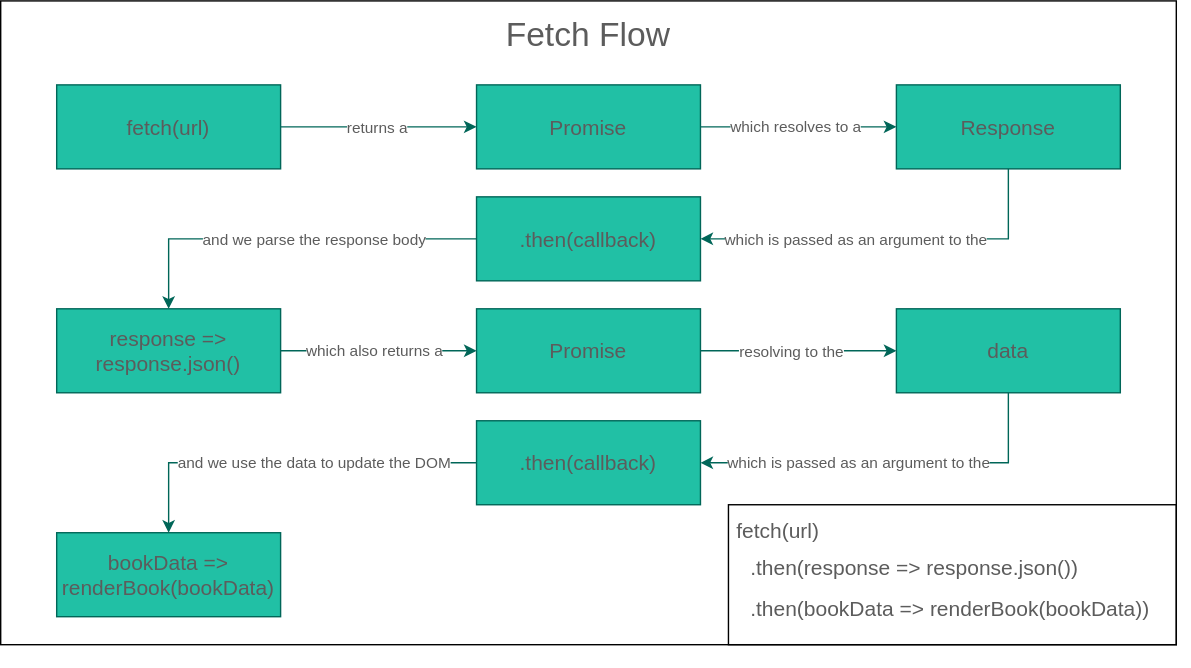
Before: 05_POST_request/assets/export/fetch-diagram.drawio.svg, a diagram exported from draw.io (learn-co-curriculum/SENG-LIVE-010923-Phase-1-JS). Source tidied: cells renumbered, new cells last; positions are measured from the earlier drawing's top-left corner, leaving out a move shared by most shapes.
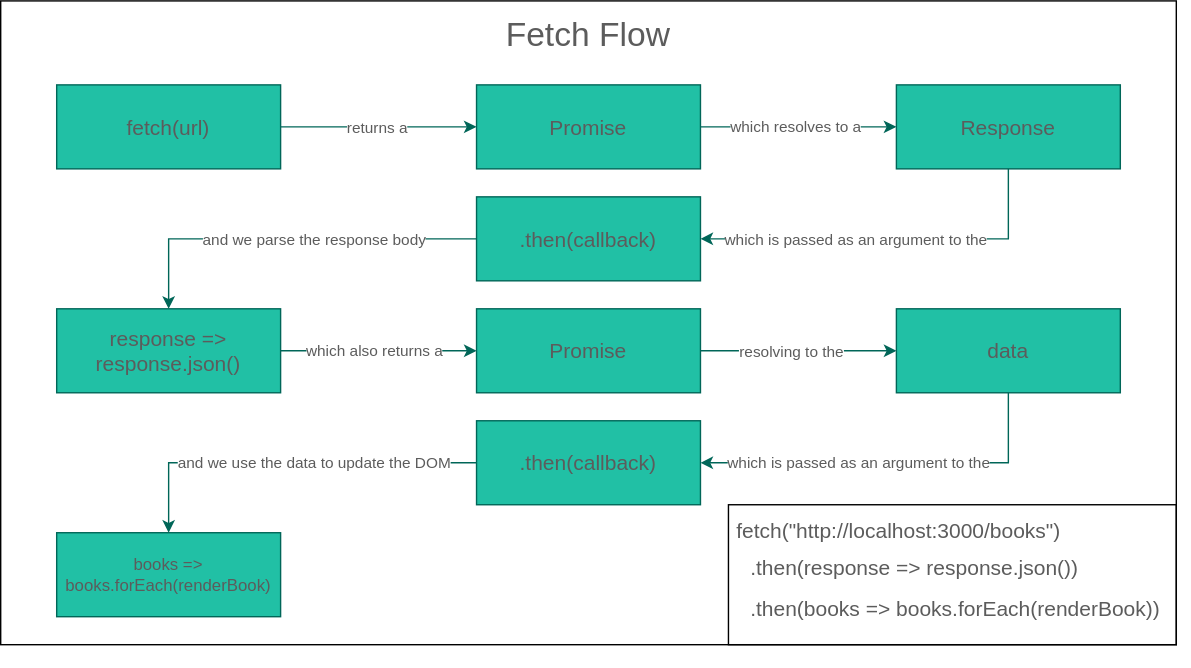
The same diagram one commit later.

What changed in the source:
```diff
@@ -85,16 +85,16 @@
     <mxCell id="26" value="&lt;font style=&quot;font-size: 15px;&quot;&gt;.then(callback)&lt;/font&gt;" style="rounded=0;whiteSpace=wrap;html=1;strokeColor=#006658;fontColor=#5C5C5C;fillColor=#21C0A5;" parent="1" vertex="1">
       <mxGeometry x="340" y="300" width="160" height="60" as="geometry" />
     </mxCell>
-    <mxCell id="27" value="&lt;font style=&quot;font-size: 15px;&quot;&gt;bookData =&amp;gt; renderBook(bookData)&lt;/font&gt;" style="rounded=0;whiteSpace=wrap;html=1;strokeColor=#006658;fontColor=#5C5C5C;fillColor=#21C0A5;" parent="1" vertex="1">
+    <mxCell id="27" value="&lt;font style=&quot;font-size: 12px&quot;&gt;books =&amp;gt; books.forEach(renderBook)&lt;/font&gt;" style="rounded=0;whiteSpace=wrap;html=1;strokeColor=#006658;fontColor=#5C5C5C;fillColor=#21C0A5;" parent="1" vertex="1">
       <mxGeometry x="40" y="380" width="160" height="60" as="geometry" />
     </mxCell>
     <mxCell id="28" value="&lt;font style=&quot;font-size: 24px;&quot;&gt;Fetch Flow&lt;/font&gt;" style="text;html=1;strokeColor=none;fillColor=none;align=center;verticalAlign=middle;whiteSpace=wrap;rounded=0;fontSize=15;fontColor=#5C5C5C;" parent="1" vertex="1">
       <mxGeometry width="840" height="50" as="geometry" />
     </mxCell>
-    <mxCell id="29" value="&lt;font style=&quot;font-size: 15px&quot;&gt;fetch(url)&lt;br&gt;&amp;nbsp;&amp;nbsp;&lt;br&gt;&lt;br&gt;&lt;br&gt;&lt;/font&gt;" style="text;html=1;strokeColor=default;fillColor=none;align=left;verticalAlign=middle;whiteSpace=wrap;rounded=0;fontSize=24;fontColor=#5C5C5C;perimeterSpacing=2;spacing=6;spacingTop=18;" parent="1" vertex="1">
+    <mxCell id="29" value="&lt;font style=&quot;font-size: 15px&quot;&gt;fetch(&quot;http://localhost:3000/books&quot;)&lt;br&gt;&amp;nbsp;&amp;nbsp;&lt;br&gt;&lt;br&gt;&lt;br&gt;&lt;/font&gt;" style="text;html=1;strokeColor=default;fillColor=none;align=left;verticalAlign=middle;whiteSpace=wrap;rounded=0;fontSize=24;fontColor=#5C5C5C;perimeterSpacing=2;spacing=6;spacingTop=18;" parent="1" vertex="1">
       <mxGeometry x="520" y="360" width="320" height="100" as="geometry" />
     </mxCell>
-    <mxCell id="30" value="&lt;font style=&quot;font-size: 15px&quot;&gt;&amp;nbsp; .then(response =&amp;gt; response.json())&lt;br&gt;&amp;nbsp; .then(bookData =&amp;gt; renderBook(bookData))&lt;/font&gt;" style="text;html=1;strokeColor=none;fillColor=none;align=left;verticalAlign=middle;whiteSpace=wrap;rounded=0;fontSize=24;fontColor=#5C5C5C;perimeterSpacing=2;spacing=6;" parent="1" vertex="1">
+    <mxCell id="30" value="&lt;font style=&quot;font-size: 15px&quot;&gt;&amp;nbsp; .then(response =&amp;gt; response.json())&lt;br&gt;&amp;nbsp; .then(books =&amp;gt; books.forEach(renderBook))&lt;/font&gt;" style="text;html=1;strokeColor=none;fillColor=none;align=left;verticalAlign=middle;whiteSpace=wrap;rounded=0;fontSize=24;fontColor=#5C5C5C;perimeterSpacing=2;spacing=6;" parent="1" vertex="1">
       <mxGeometry x="530" y="392" width="320" height="50" as="geometry" />
     </mxCell>
   </root>
```
